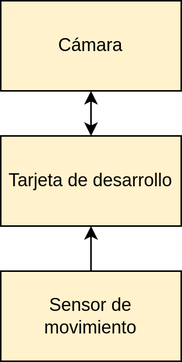
Before: Figures/sys_blocks.png, a diagram exported from draw.io (mauriciobarroso/UBA_MSE-6Co2021_TI). Source tidied: cells renumbered, new cells last; positions are measured from the earlier drawing's top-left corner, leaving out a move shared by most shapes.
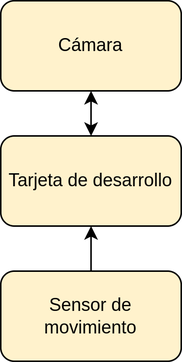
The same file after the commit.

The edit, as a diff of the source:
```diff
@@ -2,19 +2,19 @@
   <root>
     <mxCell id="0" />
     <mxCell id="1" parent="0" />
-    <mxCell id="2" value="Tarjeta de desarrollo" style="rounded=0;whiteSpace=wrap;html=1;fillColor=#fff2cc;strokeColor=default;" parent="1" vertex="1">
+    <mxCell id="2" value="Tarjeta de desarrollo" style="rounded=1;whiteSpace=wrap;html=1;fillColor=#fff2cc;strokeColor=default;" parent="1" vertex="1">
       <mxGeometry y="90" width="120" height="60" as="geometry" />
     </mxCell>
     <mxCell id="3" style="edgeStyle=orthogonalEdgeStyle;rounded=0;jettySize=auto;html=1;startArrow=classic;startFill=1;" parent="1" edge="1" source="4" target="2">
       <mxGeometry relative="1" as="geometry" />
     </mxCell>
-    <mxCell id="4" value="Cámara" style="rounded=0;whiteSpace=wrap;html=1;fillColor=#fff2cc;strokeColor=default;" parent="1" vertex="1">
+    <mxCell id="4" value="Cámara" style="rounded=1;whiteSpace=wrap;html=1;fillColor=#fff2cc;strokeColor=default;" parent="1" vertex="1">
       <mxGeometry width="120" height="60" as="geometry" />
     </mxCell>
     <mxCell id="5" style="edgeStyle=orthogonalEdgeStyle;rounded=0;jettySize=auto;html=1;" parent="1" edge="1" source="6" target="2">
       <mxGeometry relative="1" as="geometry" />
     </mxCell>
-    <mxCell id="6" value="Sensor de movimiento" style="rounded=0;whiteSpace=wrap;html=1;fillColor=#fff2cc;strokeColor=default;" parent="1" vertex="1">
+    <mxCell id="6" value="Sensor de movimiento" style="rounded=1;whiteSpace=wrap;html=1;fillColor=#fff2cc;strokeColor=default;" parent="1" vertex="1">
       <mxGeometry y="180" width="120" height="60" as="geometry" />
     </mxCell>
   </root>
```
